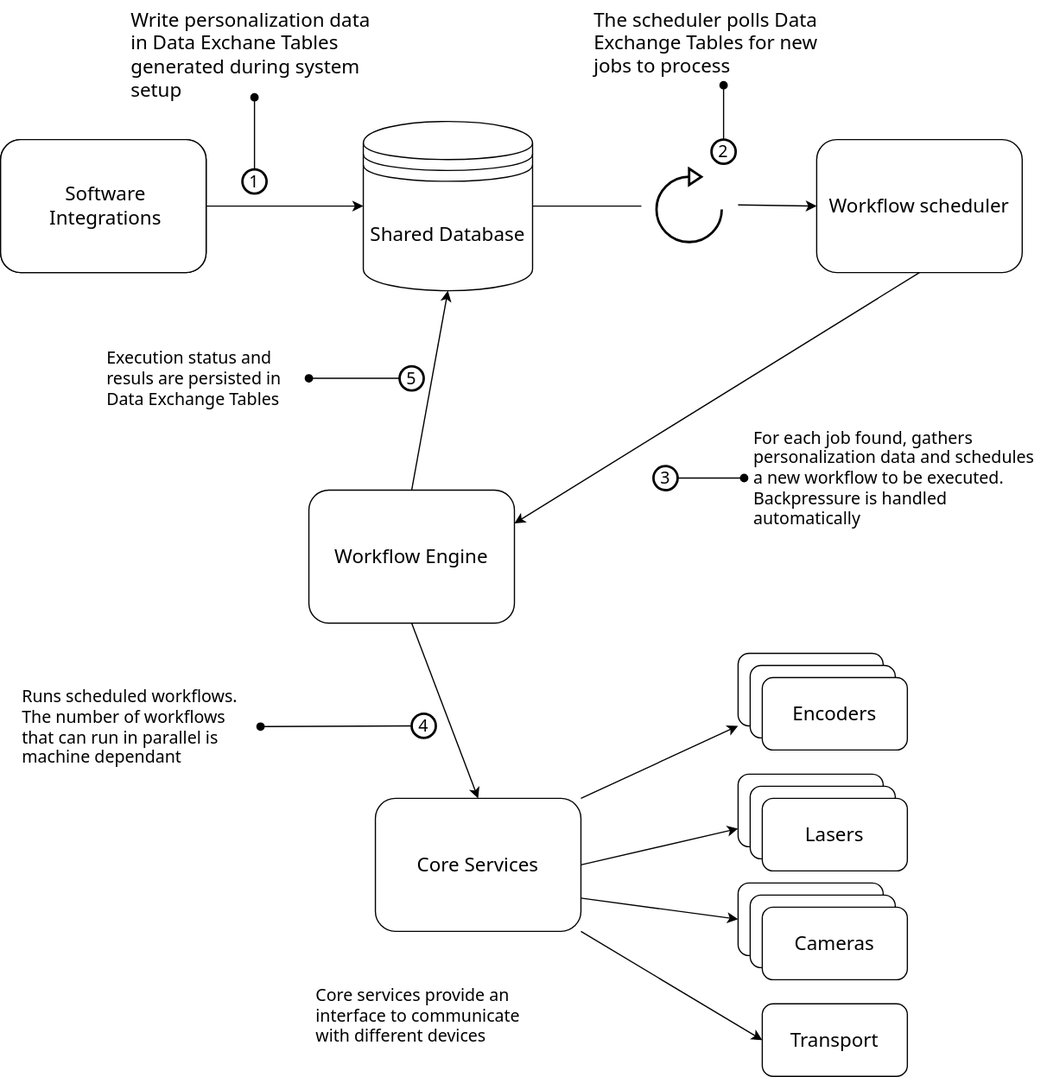
This is static/img/diagrams/issuance-dataflow.drawio.svg from ixla-dev/ixla-docs, a draw.io export, as it was before one commit. Source tidied: cells renumbered, new cells last; positions are measured from the earlier drawing's top-left corner, leaving out a move shared by most shapes. Source of this version:
```xml
<mxGraphModel>
  <root>
    <mxCell id="0" />
    <mxCell id="1" parent="0" />
    <mxCell id="2" style="edgeStyle=none;endArrow=none;endFill=0;fontSize=14;fontFamily=system-ui;" parent="1" edge="1" source="3">
      <mxGeometry relative="1" as="geometry">
        <mxPoint x="530" y="170" as="targetPoint" />
      </mxGeometry>
    </mxCell>
    <mxCell id="3" value="Shared Database" style="shape=datastore;whiteSpace=wrap;fontSize=16;fontFamily=system-ui;" parent="1" vertex="1">
      <mxGeometry x="300" y="100" width="140" height="140" as="geometry" />
    </mxCell>
    <mxCell id="4" style="edgeStyle=none;entryX=0;entryY=0.5;entryDx=0;entryDy=0;fontSize=14;fontFamily=system-ui;" parent="1" edge="1" source="5" target="3">
      <mxGeometry relative="1" as="geometry" />
    </mxCell>
    <mxCell id="5" value="Integrations" style="rounded=1;whiteSpace=wrap;fontSize=16;fontFamily=system-ui;" parent="1" vertex="1">
      <mxGeometry y="115" width="170" height="110" as="geometry" />
    </mxCell>
    <mxCell id="6" style="edgeStyle=none;entryX=0;entryY=0.5;entryDx=0;entryDy=0;endArrow=classic;endFill=1;fontSize=14;fontFamily=system-ui;" parent="1" edge="1" target="12">
      <mxGeometry relative="1" as="geometry">
        <mxPoint x="610" y="169" as="sourcePoint" />
      </mxGeometry>
    </mxCell>
    <mxCell id="7" style="verticalLabelPosition=bottom;align=center;labelBackgroundColor=#ffffff;verticalAlign=top;strokeWidth=2;shadow=0;dashed=0;shape=mxgraph.ios7.icons.reload;fontSize=14;fontFamily=system-ui;" parent="1" vertex="1">
      <mxGeometry x="542.5" y="139" width="54" height="60.8" as="geometry" />
    </mxCell>
    <mxCell id="8" value="1" style="ellipse;whiteSpace=wrap;strokeWidth=2;fontFamily=system-ui;spacingBottom=0;spacingRight=0;rounded=0;align=center;spacing=0;fontSize=14;" parent="1" vertex="1">
      <mxGeometry x="200" y="139.6" width="20" height="20" as="geometry" />
    </mxCell>
    <mxCell id="9" value="Write personalization data in Data Exchane Tables generated during system setup" style="text;align=left;verticalAlign=middle;whiteSpace=wrap;rounded=0;fontSize=16;spacing=8;fontFamily=system-ui;" parent="1" vertex="1">
      <mxGeometry x="100" y="10" width="220" height="70" as="geometry" />
    </mxCell>
    <mxCell id="10" style="edgeStyle=none;exitX=0.5;exitY=0;exitDx=0;exitDy=0;entryX=0.5;entryY=1;entryDx=0;entryDy=0;fontSize=16;endArrow=oval;endFill=1;fontFamily=system-ui;" parent="1" edge="1" source="8" target="9">
      <mxGeometry relative="1" as="geometry" />
    </mxCell>
    <mxCell id="11" value="Software Integrations" style="rounded=1;whiteSpace=wrap;fontSize=16;fontFamily=system-ui;spacing=12;spacingLeft=4;" parent="1" vertex="1">
      <mxGeometry y="115" width="170" height="110" as="geometry" />
    </mxCell>
    <mxCell id="12" value="Workflow scheduler" style="rounded=1;whiteSpace=wrap;fontSize=16;fontFamily=system-ui;" parent="1" vertex="1">
      <mxGeometry x="675" y="115" width="170" height="110" as="geometry" />
    </mxCell>
    <mxCell id="13" value="The scheduler polls Data Exchange Tables for new jobs to process" style="text;align=left;verticalAlign=middle;whiteSpace=wrap;rounded=0;spacing=8;fontSize=16;fontFamily=system-ui;" parent="1" vertex="1">
      <mxGeometry x="483" width="230" height="70" as="geometry" />
    </mxCell>
    <mxCell id="14" style="edgeStyle=none;exitX=0.5;exitY=0;exitDx=0;exitDy=0;endArrow=oval;endFill=1;fontSize=14;fontFamily=system-ui;" parent="1" edge="1" source="15" target="13">
      <mxGeometry relative="1" as="geometry" />
    </mxCell>
    <mxCell id="15" value="2" style="ellipse;whiteSpace=wrap;strokeWidth=2;fontFamily=system-ui;spacingBottom=0;spacingRight=0;rounded=0;align=center;spacing=0;fontSize=14;" parent="1" vertex="1">
      <mxGeometry x="588" y="115" width="20" height="20" as="geometry" />
    </mxCell>
    <mxCell id="16" value="Workflow Engine" style="rounded=1;whiteSpace=wrap;fontSize=16;fontFamily=system-ui;" parent="1" vertex="1">
      <mxGeometry x="255" y="405" width="170" height="110" as="geometry" />
    </mxCell>
    <mxCell id="17" value="Execution status and resuls are persisted in Data Exchange Tables" style="text;align=left;verticalAlign=middle;whiteSpace=wrap;rounded=0;spacing=8;fontSize=14;fontFamily=system-ui;" parent="1" vertex="1">
      <mxGeometry x="80" y="280" width="175" height="65" as="geometry" />
    </mxCell>
    <mxCell id="18" style="edgeStyle=none;entryX=1;entryY=0.5;entryDx=0;entryDy=0;endArrow=oval;endFill=1;fontSize=14;fontFamily=system-ui;" parent="1" edge="1" source="43" target="17">
      <mxGeometry relative="1" as="geometry" />
    </mxCell>
    <mxCell id="19" style="edgeStyle=none;entryX=0.5;entryY=0;entryDx=0;entryDy=0;exitX=0.5;exitY=1;exitDx=0;exitDy=0;fontFamily=system-ui;" parent="1" edge="1" source="16" target="21">
      <mxGeometry relative="1" as="geometry" />
    </mxCell>
    <mxCell id="20" value="Runs scheduled workflows. The number of workflows that can run in parallel is machine dependant" style="text;align=left;verticalAlign=middle;whiteSpace=wrap;rounded=0;spacing=8;fontSize=14;fontFamily=system-ui;" parent="1" vertex="1">
      <mxGeometry x="10" y="550" width="205" height="101.2" as="geometry" />
    </mxCell>
    <mxCell id="21" value="Core Services" style="rounded=1;whiteSpace=wrap;fontSize=16;fontFamily=system-ui;" parent="1" vertex="1">
      <mxGeometry x="310" y="660" width="170" height="110" as="geometry" />
    </mxCell>
    <mxCell id="22" style="edgeStyle=none;exitX=0;exitY=0.5;exitDx=0;exitDy=0;entryX=1;entryY=0.5;entryDx=0;entryDy=0;endArrow=oval;endFill=1;fontSize=14;fontFamily=system-ui;" parent="1" edge="1" source="23" target="20">
      <mxGeometry relative="1" as="geometry" />
    </mxCell>
    <mxCell id="23" value="4" style="ellipse;whiteSpace=wrap;strokeWidth=2;fontFamily=system-ui;spacingBottom=0;spacingRight=0;rounded=0;align=center;spacing=0;fontSize=14;" parent="1" vertex="1">
      <mxGeometry x="340" y="590" width="20" height="20" as="geometry" />
    </mxCell>
    <mxCell id="24" value="Core services provide an interface to communicate with different devices" style="text;align=left;verticalAlign=middle;whiteSpace=wrap;rounded=0;spacing=8;fontSize=14;fontFamily=system-ui;" parent="1" vertex="1">
      <mxGeometry x="253" y="810" width="205" height="60" as="geometry" />
    </mxCell>
    <mxCell id="25" style="edgeStyle=none;exitX=1;exitY=1;exitDx=0;exitDy=0;entryX=0;entryY=0.5;entryDx=0;entryDy=0;fontSize=16;fontFamily=system-ui;" parent="1" edge="1" source="21" target="29">
      <mxGeometry relative="1" as="geometry" />
    </mxCell>
    <mxCell id="26" style="edgeStyle=none;exitX=1;exitY=0.5;exitDx=0;exitDy=0;entryX=0;entryY=0.75;entryDx=0;entryDy=0;fontSize=16;fontFamily=system-ui;" parent="1" edge="1" source="21" target="30">
      <mxGeometry relative="1" as="geometry" />
    </mxCell>
    <mxCell id="27" style="edgeStyle=none;exitX=1;exitY=0.75;exitDx=0;exitDy=0;entryX=0;entryY=0.5;entryDx=0;entryDy=0;fontSize=16;fontFamily=system-ui;" parent="1" edge="1" source="21" target="33">
      <mxGeometry relative="1" as="geometry" />
    </mxCell>
    <mxCell id="28" style="edgeStyle=none;entryX=0;entryY=1;entryDx=0;entryDy=0;fontSize=16;exitX=1;exitY=0;exitDx=0;exitDy=0;fontFamily=system-ui;" parent="1" edge="1" source="21" target="36">
      <mxGeometry relative="1" as="geometry" />
    </mxCell>
    <mxCell id="29" value="Transport" style="rounded=1;whiteSpace=wrap;fontSize=16;fontFamily=system-ui;" parent="1" vertex="1">
      <mxGeometry x="630" y="830" width="120" height="60" as="geometry" />
    </mxCell>
    <mxCell id="30" value="Laser" style="rounded=1;whiteSpace=wrap;fontSize=16;fontFamily=system-ui;" parent="1" vertex="1">
      <mxGeometry x="610" y="640" width="120" height="60" as="geometry" />
    </mxCell>
    <mxCell id="31" value="Laser" style="rounded=1;whiteSpace=wrap;fontSize=16;fontFamily=system-ui;" parent="1" vertex="1">
      <mxGeometry x="620" y="650" width="120" height="60" as="geometry" />
    </mxCell>
    <mxCell id="32" value="Lasers" style="rounded=1;whiteSpace=wrap;fontSize=16;fontFamily=system-ui;" parent="1" vertex="1">
      <mxGeometry x="630" y="660" width="120" height="60" as="geometry" />
    </mxCell>
    <mxCell id="33" value="Camera" style="rounded=1;whiteSpace=wrap;fontSize=16;fontFamily=system-ui;" parent="1" vertex="1">
      <mxGeometry x="610" y="730" width="120" height="60" as="geometry" />
    </mxCell>
    <mxCell id="34" value="Camera" style="rounded=1;whiteSpace=wrap;fontSize=16;fontFamily=system-ui;" parent="1" vertex="1">
      <mxGeometry x="620" y="740" width="120" height="60" as="geometry" />
    </mxCell>
    <mxCell id="35" value="Cameras" style="rounded=1;whiteSpace=wrap;fontSize=16;fontFamily=system-ui;" parent="1" vertex="1">
      <mxGeometry x="630" y="750" width="120" height="60" as="geometry" />
    </mxCell>
    <mxCell id="36" value="Encoders" style="rounded=1;whiteSpace=wrap;fontSize=16;fontFamily=system-ui;" parent="1" vertex="1">
      <mxGeometry x="610" y="540" width="120" height="60" as="geometry" />
    </mxCell>
    <mxCell id="37" value="Encoders" style="rounded=1;whiteSpace=wrap;fontSize=16;fontFamily=system-ui;" parent="1" vertex="1">
      <mxGeometry x="620" y="550" width="120" height="60" as="geometry" />
    </mxCell>
    <mxCell id="38" value="Encoders" style="rounded=1;whiteSpace=wrap;fontSize=16;fontFamily=system-ui;" parent="1" vertex="1">
      <mxGeometry x="630" y="560" width="120" height="60" as="geometry" />
    </mxCell>
    <mxCell id="39" value="For each job found, gathers personalization data and schedules a new workflow to be executed. Backpressure is handled automatically" style="text;align=left;verticalAlign=middle;whiteSpace=wrap;rounded=0;spacing=8;spacingLeft=0;fontSize=14;fontFamily=system-ui;" parent="1" vertex="1">
      <mxGeometry x="615" y="340" width="250" height="110" as="geometry" />
    </mxCell>
    <mxCell id="40" style="edgeStyle=none;exitX=1;exitY=0.5;exitDx=0;exitDy=0;entryX=0;entryY=0.5;entryDx=0;entryDy=0;endArrow=oval;endFill=1;fontSize=14;fontFamily=system-ui;" parent="1" edge="1" source="47" target="39">
      <mxGeometry relative="1" as="geometry" />
    </mxCell>
    <mxCell id="41" style="group;" parent="1" vertex="1">
      <mxGeometry x="330" y="302.5" width="20" height="20" as="geometry" />
    </mxCell>
    <mxCell id="42" style="edgeStyle=none;exitX=0.5;exitY=0;exitDx=0;exitDy=0;entryX=0.5;entryY=1;entryDx=0;entryDy=0;fontSize=16;endArrow=classic;endFill=1;fontFamily=system-ui;" parent="41" edge="1" source="16" target="3">
      <mxGeometry relative="1" as="geometry" />
    </mxCell>
    <mxCell id="43" value="5" style="ellipse;whiteSpace=wrap;strokeWidth=2;fontFamily=system-ui;spacingBottom=0;spacingRight=0;rounded=0;align=center;spacing=0;fontSize=14;" parent="41" vertex="1">
      <mxGeometry width="20" height="20" as="geometry" />
    </mxCell>
    <mxCell id="44" style="group;" parent="1" vertex="1">
      <mxGeometry x="540" y="385" width="20" height="20" as="geometry" />
    </mxCell>
    <mxCell id="45" style="group;" parent="44" vertex="1">
      <mxGeometry width="20" height="20" as="geometry" />
    </mxCell>
    <mxCell id="46" style="edgeStyle=none;exitX=0.5;exitY=1;exitDx=0;exitDy=0;entryX=1;entryY=0.25;entryDx=0;entryDy=0;fontSize=16;endArrow=classic;endFill=1;fontFamily=system-ui;" parent="45" edge="1" source="12" target="16">
      <mxGeometry relative="1" as="geometry" />
    </mxCell>
    <mxCell id="47" value="3" style="ellipse;whiteSpace=wrap;strokeWidth=2;fontFamily=system-ui;spacingBottom=0;spacingRight=0;rounded=0;align=center;spacing=0;fontSize=14;" parent="45" vertex="1">
      <mxGeometry width="20" height="20" as="geometry" />
    </mxCell>
  </root>
</mxGraphModel>
```
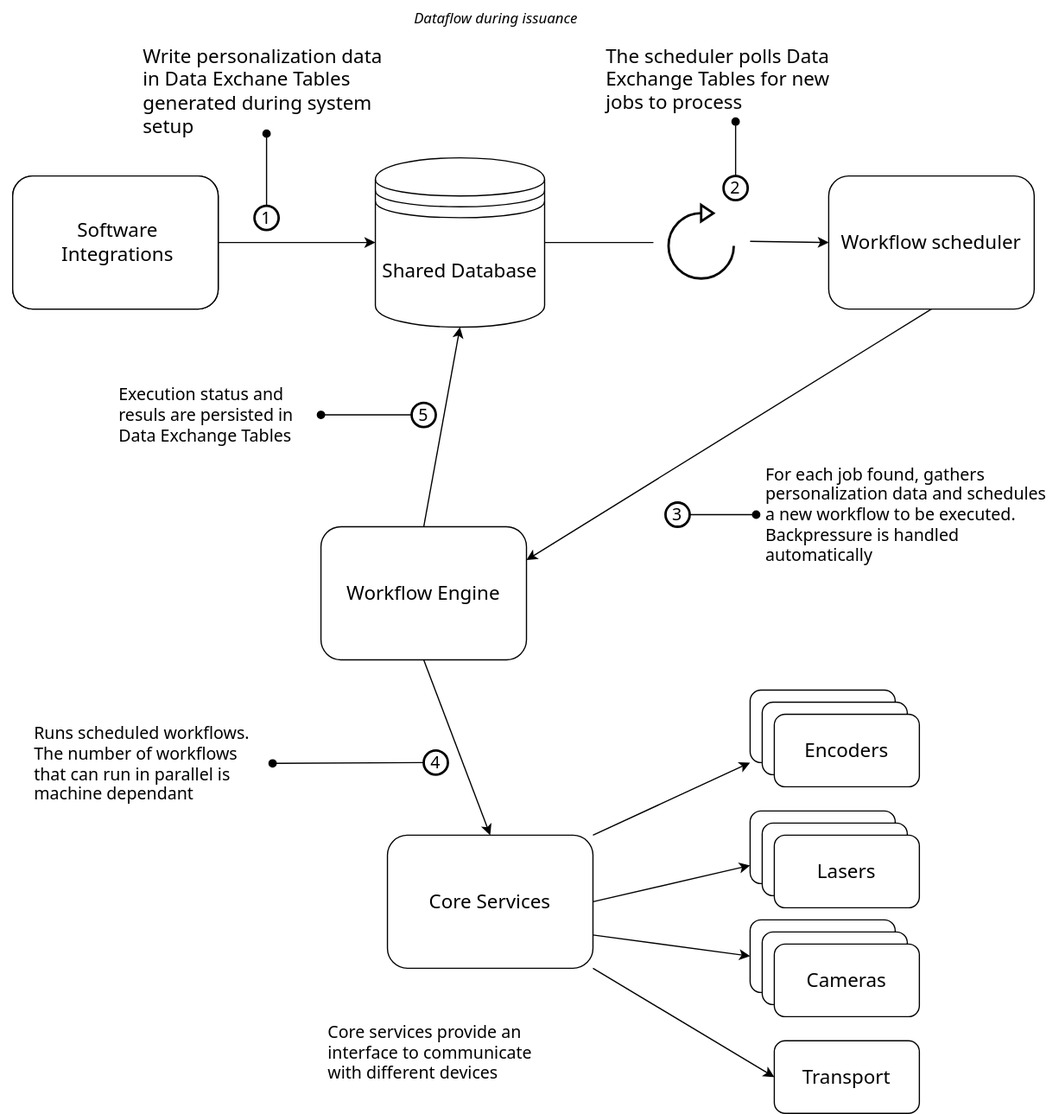
After the commit.

Diff of the diagram source:
```diff
@@ -144,5 +144,8 @@
     <mxCell id="47" value="3" style="ellipse;whiteSpace=wrap;strokeWidth=2;fontFamily=system-ui;spacingBottom=0;spacingRight=0;rounded=0;align=center;spacing=0;fontSize=14;" parent="45" vertex="1">
       <mxGeometry width="20" height="20" as="geometry" />
     </mxCell>
+    <mxCell id="48" value="Dataflow during issuance" style="text;html=1;strokeColor=none;fillColor=none;align=center;verticalAlign=middle;whiteSpace=wrap;rounded=0;fontStyle=2;fontFamily=system-ui;" parent="1" vertex="1">
+      <mxGeometry x="-10" y="-30" width="820" height="30" as="geometry" />
+    </mxCell>
   </root>
 </mxGraphModel>
```
